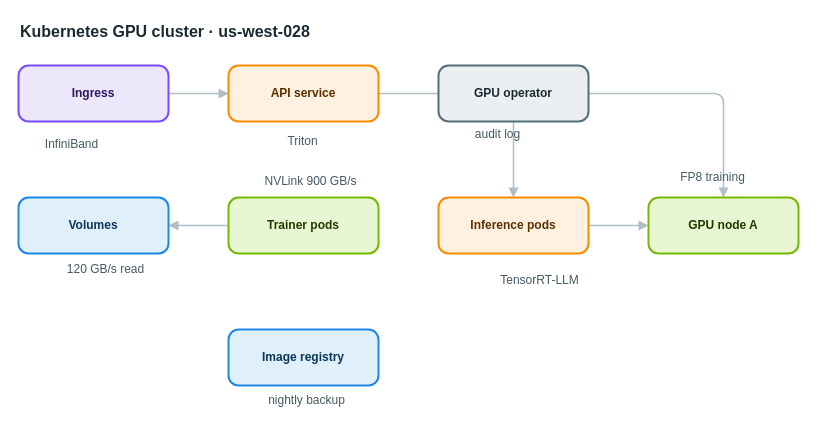
Before: apps/web/public/samples/library/028-kubernetes-gpu-cluster.drawio in AryanG01/open-apprentice, a draw.io diagram. Source tidied: cells renumbered, new cells numbered last; positions are measured from the earlier drawing's top-left corner, leaving out a move shared by most shapes. Both pictures are drawn from the tidied source at 100%, with x=0, y=0 at pixel (18, 17).
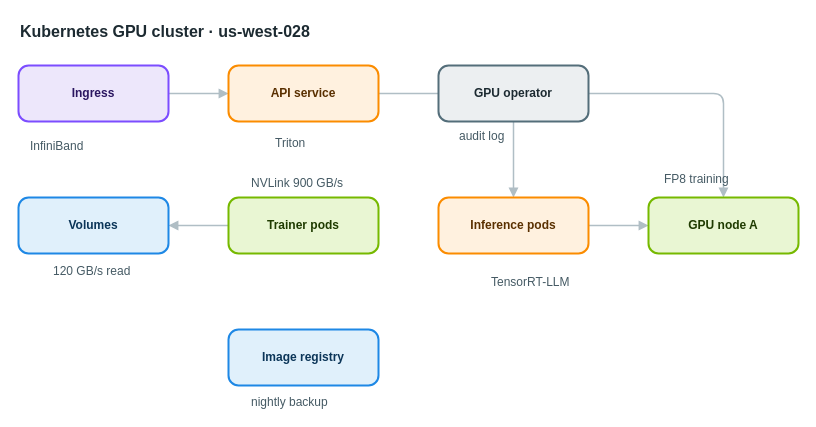
After the change.

The edit, as a diff of the source:
```diff
@@
-    <mxCell id="16" value="InfiniBand" style="text;html=1;align=center;verticalAlign=middle;whiteSpace=nowrap;strokeColor=none;fillColor=none;fontSize=12;fontColor=#455a64;" parent="1" vertex="1">
+    <mxCell id="16" value="InfiniBand" style="text;html=1;align=left;verticalAlign=top;whiteSpace=nowrap;spacing=0;spacingTop=0;strokeColor=none;fillColor=none;fontSize=12;fontColor=#455a64;" parent="1" vertex="1">
       <mxGeometry x="12" y="117" width="82" height="20" as="geometry" />
     </mxCell>
-    <mxCell id="17" value="Triton" style="text;html=1;align=center;verticalAlign=middle;whiteSpace=nowrap;strokeColor=none;fillColor=none;fontSize=12;fontColor=#455a64;" parent="1" vertex="1">
+    <mxCell id="17" value="Triton" style="text;html=1;align=left;verticalAlign=top;whiteSpace=nowrap;spacing=0;spacingTop=0;strokeColor=none;fillColor=none;fontSize=12;fontColor=#455a64;" parent="1" vertex="1">
       <mxGeometry x="257" y="114" width="54" height="20" as="geometry" />
     </mxCell>
-    <mxCell id="18" value="audit log" style="text;html=1;align=center;verticalAlign=middle;whiteSpace=nowrap;strokeColor=none;fillColor=none;fontSize=12;fontColor=#455a64;" parent="1" vertex="1">
+    <mxCell id="18" value="audit log" style="text;html=1;align=left;verticalAlign=top;whiteSpace=nowrap;spacing=0;spacingTop=0;strokeColor=none;fillColor=none;fontSize=12;fontColor=#455a64;" parent="1" vertex="1">
       <mxGeometry x="441" y="107" width="75" height="20" as="geometry" />
     </mxCell>
-    <mxCell id="19" value="NVLink 900 GB/s" style="text;html=1;align=center;verticalAlign=middle;whiteSpace=nowrap;strokeColor=none;fillColor=none;fontSize=12;fontColor=#455a64;" parent="1" vertex="1">
+    <mxCell id="19" value="NVLink 900 GB/s" style="text;html=1;align=left;verticalAlign=top;whiteSpace=nowrap;spacing=0;spacingTop=0;strokeColor=none;fillColor=none;fontSize=12;fontColor=#455a64;" parent="1" vertex="1">
       <mxGeometry x="233" y="154" width="117" height="20" as="geometry" />
     </mxCell>
-    <mxCell id="20" value="TensorRT-LLM" style="text;html=1;align=center;verticalAlign=middle;whiteSpace=nowrap;strokeColor=none;fillColor=none;fontSize=12;fontColor=#455a64;" parent="1" vertex="1">
+    <mxCell id="20" value="TensorRT-LLM" style="text;html=1;align=left;verticalAlign=top;whiteSpace=nowrap;spacing=0;spacingTop=0;strokeColor=none;fillColor=none;fontSize=12;fontColor=#455a64;" parent="1" vertex="1">
       <mxGeometry x="473" y="253" width="96" height="20" as="geometry" />
     </mxCell>
-    <mxCell id="21" value="FP8 training" style="text;html=1;align=center;verticalAlign=middle;whiteSpace=nowrap;strokeColor=none;fillColor=none;fontSize=12;fontColor=#455a64;" parent="1" vertex="1">
+    <mxCell id="21" value="FP8 training" style="text;html=1;align=left;verticalAlign=top;whiteSpace=nowrap;spacing=0;spacingTop=0;strokeColor=none;fillColor=none;fontSize=12;fontColor=#455a64;" parent="1" vertex="1">
       <mxGeometry x="646" y="150" width="96" height="20" as="geometry" />
     </mxCell>
-    <mxCell id="22" value="120 GB/s read" style="text;html=1;align=center;verticalAlign=middle;whiteSpace=nowrap;strokeColor=none;fillColor=none;fontSize=12;fontColor=#455a64;" parent="1" vertex="1">
+    <mxCell id="22" value="120 GB/s read" style="text;html=1;align=left;verticalAlign=top;whiteSpace=nowrap;spacing=0;spacingTop=0;strokeColor=none;fillColor=none;fontSize=12;fontColor=#455a64;" parent="1" vertex="1">
       <mxGeometry x="35" y="242" width="103" height="20" as="geometry" />
     </mxCell>
-    <mxCell id="23" value="nightly backup" style="text;html=1;align=center;verticalAlign=middle;whiteSpace=nowrap;strokeColor=none;fillColor=none;fontSize=12;fontColor=#455a64;" parent="1" vertex="1">
+    <mxCell id="23" value="nightly backup" style="text;html=1;align=left;verticalAlign=top;whiteSpace=nowrap;spacing=0;spacingTop=0;strokeColor=none;fillColor=none;fontSize=12;fontColor=#455a64;" parent="1" vertex="1">
       <mxGeometry x="233" y="373" width="110" height="20" as="geometry" />
     </mxCell>
```
